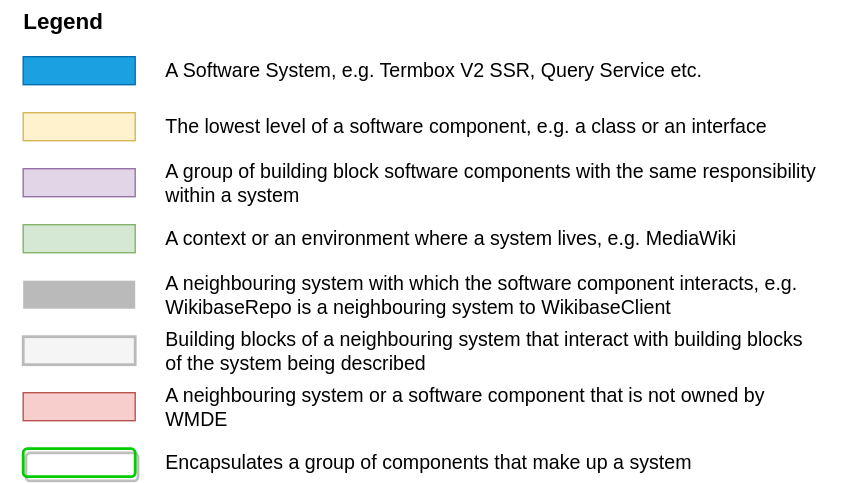
The draw.io diagram diagrams/legend.drawio.svg in wmde/wikidata-wikibase-architecture, before a commit. Source tidied: cells renumbered, new cells last; positions are measured from the earlier drawing's top-left corner, leaving out a move shared by most shapes.
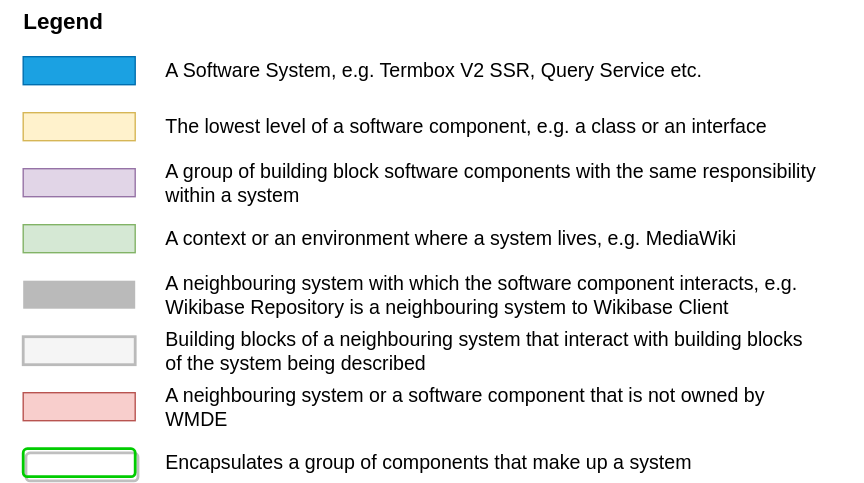
The same file after the commit.

What changed in the source:
```diff
@@ -32,7 +32,7 @@
     <mxCell id="11" value="A context or an environment where a system lives, e.g. MediaWiki" style="text;html=1;strokeColor=none;fillColor=none;align=left;verticalAlign=middle;whiteSpace=wrap;rounded=0;fontSize=14;" parent="1" vertex="1">
       <mxGeometry x="116" y="160" width="500" height="20" as="geometry" />
     </mxCell>
-    <mxCell id="12" value="A neighbouring system with which the software component interacts, e.g. WikibaseRepo is a neighbouring system to WikibaseClient" style="text;html=1;strokeColor=none;fillColor=none;align=left;verticalAlign=middle;whiteSpace=wrap;rounded=0;fontSize=14;" parent="1" vertex="1">
+    <mxCell id="12" value="A neighbouring system with which the software component interacts, e.g. Wikibase Repository is a neighbouring system to Wikibase Client" style="text;html=1;strokeColor=none;fillColor=none;align=left;verticalAlign=middle;whiteSpace=wrap;rounded=0;fontSize=14;" parent="1" vertex="1">
       <mxGeometry x="116" y="200" width="500" height="20" as="geometry" />
     </mxCell>
     <mxCell id="13" value="Encapsulates a group of components that make up a system" style="text;html=1;strokeColor=none;fillColor=none;align=left;verticalAlign=middle;whiteSpace=wrap;rounded=0;fontSize=14;" parent="1" vertex="1">
```
